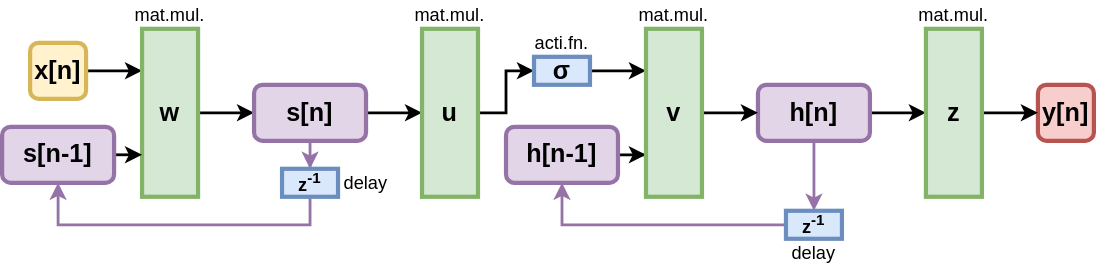
yyhtbs-yye/course_images keeps this draw.io diagram as multivar_cascaded_deep_rnn_example.svg. Above is the earlier version. Source tidied: cells renumbered, new cells last; positions are measured from the earlier drawing's top-left corner, leaving out a move shared by most shapes.
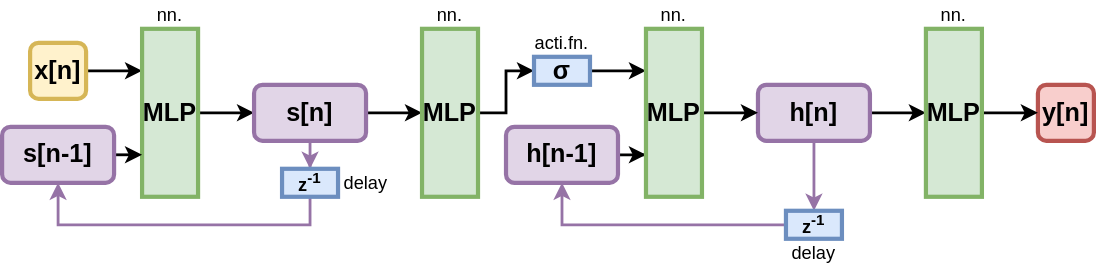
After the change.

Change to the diagram source:
```diff
@@ -11,7 +11,7 @@
     <mxCell id="4" style="edgeStyle=orthogonalEdgeStyle;rounded=0;jettySize=auto;html=1;strokeWidth=2;fontSize=18;entryX=0;entryY=0.5;entryDx=0;entryDy=0;" parent="1" edge="1" source="5" target="7">
       <mxGeometry relative="1" as="geometry" />
     </mxCell>
-    <mxCell id="5" value="w" style="rounded=0;whiteSpace=wrap;html=1;fillColor=#d5e8d4;strokeColor=#82b366;fontStyle=1;fontSize=18;strokeWidth=3;" parent="1" vertex="1">
+    <mxCell id="5" value="MLP" style="rounded=0;whiteSpace=wrap;html=1;fillColor=#d5e8d4;strokeColor=#82b366;fontStyle=1;fontSize=18;strokeWidth=3;" parent="1" vertex="1">
       <mxGeometry x="100" y="20" width="40" height="120" as="geometry" />
     </mxCell>
     <mxCell id="6" style="edgeStyle=orthogonalEdgeStyle;rounded=0;jettySize=auto;html=1;strokeWidth=2;" parent="1" edge="1" source="7" target="11">
@@ -29,7 +29,7 @@
     <mxCell id="10" style="edgeStyle=orthogonalEdgeStyle;rounded=0;jettySize=auto;html=1;strokeWidth=2;fontSize=18;" parent="1" edge="1" source="11" target="20">
       <mxGeometry relative="1" as="geometry" />
     </mxCell>
-    <mxCell id="11" value="u" style="rounded=0;whiteSpace=wrap;html=1;fillColor=#d5e8d4;strokeColor=#82b366;fontStyle=1;fontSize=18;strokeWidth=3;" parent="1" vertex="1">
+    <mxCell id="11" value="MLP" style="rounded=0;whiteSpace=wrap;html=1;fillColor=#d5e8d4;strokeColor=#82b366;fontStyle=1;fontSize=18;strokeWidth=3;" parent="1" vertex="1">
       <mxGeometry x="300" y="20" width="40" height="120" as="geometry" />
     </mxCell>
     <mxCell id="12" style="edgeStyle=orthogonalEdgeStyle;rounded=0;jettySize=auto;html=1;strokeWidth=2;fontSize=13;fillColor=#e1d5e7;strokeColor=#9673a6;" parent="1" edge="1" source="13" target="15">
@@ -52,10 +52,10 @@
     <mxCell id="16" value="delay" style="text;html=1;strokeColor=none;fillColor=none;align=center;verticalAlign=middle;whiteSpace=wrap;rounded=0;fontSize=13;" parent="1" vertex="1">
       <mxGeometry x="240" y="120" width="40" height="20" as="geometry" />
     </mxCell>
-    <mxCell id="17" value="mat.mul." style="text;html=1;strokeColor=none;fillColor=none;align=center;verticalAlign=middle;whiteSpace=wrap;rounded=0;fontSize=13;" parent="1" vertex="1">
+    <mxCell id="17" value="nn." style="text;html=1;strokeColor=none;fillColor=none;align=center;verticalAlign=middle;whiteSpace=wrap;rounded=0;fontSize=13;" parent="1" vertex="1">
       <mxGeometry x="100" width="40" height="20" as="geometry" />
     </mxCell>
-    <mxCell id="18" value="mat.mul." style="text;html=1;strokeColor=none;fillColor=none;align=center;verticalAlign=middle;whiteSpace=wrap;rounded=0;fontSize=13;" parent="1" vertex="1">
+    <mxCell id="18" value="nn." style="text;html=1;strokeColor=none;fillColor=none;align=center;verticalAlign=middle;whiteSpace=wrap;rounded=0;fontSize=13;" parent="1" vertex="1">
       <mxGeometry x="300" width="40" height="20" as="geometry" />
     </mxCell>
     <mxCell id="19" style="edgeStyle=orthogonalEdgeStyle;rounded=0;jettySize=auto;html=1;strokeWidth=2;fontSize=18;entryX=0;entryY=0.25;entryDx=0;entryDy=0;" parent="1" edge="1" source="20" target="34">
@@ -76,7 +76,7 @@
     <mxCell id="24" style="edgeStyle=orthogonalEdgeStyle;rounded=0;jettySize=auto;html=1;strokeWidth=2;" parent="1" edge="1" source="25" target="9">
       <mxGeometry relative="1" as="geometry" />
     </mxCell>
-    <mxCell id="25" value="z" style="rounded=0;whiteSpace=wrap;html=1;fillColor=#d5e8d4;strokeColor=#82b366;fontStyle=1;fontSize=18;strokeWidth=3;" parent="1" vertex="1">
+    <mxCell id="25" value="MLP" style="rounded=0;whiteSpace=wrap;html=1;fillColor=#d5e8d4;strokeColor=#82b366;fontStyle=1;fontSize=18;strokeWidth=3;" parent="1" vertex="1">
       <mxGeometry x="660" y="20" width="40" height="120" as="geometry" />
     </mxCell>
     <mxCell id="26" style="edgeStyle=orthogonalEdgeStyle;rounded=0;jettySize=auto;html=1;strokeWidth=2;fontSize=13;fillColor=#e1d5e7;strokeColor=#9673a6;" parent="1" edge="1" source="27" target="29">
@@ -97,16 +97,16 @@
     <mxCell id="31" value="acti.fn." style="text;html=1;strokeColor=none;fillColor=none;align=center;verticalAlign=middle;whiteSpace=wrap;rounded=0;fontSize=13;" parent="1" vertex="1">
       <mxGeometry x="380" y="20" width="40" height="20" as="geometry" />
     </mxCell>
-    <mxCell id="32" value="mat.mul." style="text;html=1;strokeColor=none;fillColor=none;align=center;verticalAlign=middle;whiteSpace=wrap;rounded=0;fontSize=13;" parent="1" vertex="1">
+    <mxCell id="32" value="nn." style="text;html=1;strokeColor=none;fillColor=none;align=center;verticalAlign=middle;whiteSpace=wrap;rounded=0;fontSize=13;" parent="1" vertex="1">
       <mxGeometry x="660" width="40" height="20" as="geometry" />
     </mxCell>
     <mxCell id="33" style="edgeStyle=orthogonalEdgeStyle;rounded=0;jettySize=auto;html=1;strokeWidth=2;" parent="1" edge="1" source="34" target="22">
       <mxGeometry relative="1" as="geometry" />
     </mxCell>
-    <mxCell id="34" value="v" style="rounded=0;whiteSpace=wrap;html=1;fillColor=#d5e8d4;strokeColor=#82b366;fontStyle=1;fontSize=18;strokeWidth=3;" parent="1" vertex="1">
+    <mxCell id="34" value="MLP" style="rounded=0;whiteSpace=wrap;html=1;fillColor=#d5e8d4;strokeColor=#82b366;fontStyle=1;fontSize=18;strokeWidth=3;" parent="1" vertex="1">
       <mxGeometry x="460" y="20" width="40" height="120" as="geometry" />
     </mxCell>
-    <mxCell id="35" value="mat.mul." style="text;html=1;strokeColor=none;fillColor=none;align=center;verticalAlign=middle;whiteSpace=wrap;rounded=0;fontSize=13;" parent="1" vertex="1">
+    <mxCell id="35" value="nn." style="text;html=1;strokeColor=none;fillColor=none;align=center;verticalAlign=middle;whiteSpace=wrap;rounded=0;fontSize=13;" parent="1" vertex="1">
       <mxGeometry x="460" width="40" height="20" as="geometry" />
     </mxCell>
   </root>
```
